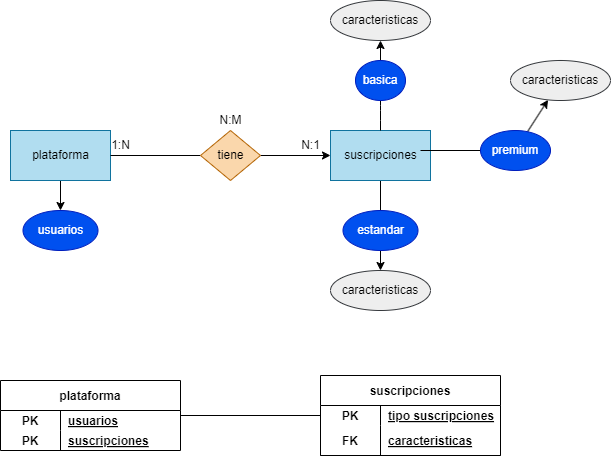
The draw.io diagram BAE/Tareas/Unidad2/Images/Ejercicio20.drawio.png in ResetMeNow/DAW, before a commit. Source tidied: cells renumbered, new cells last; positions are measured from the earlier drawing's top-left corner, leaving out a move shared by most shapes. Source of this version:
```xml
<mxGraphModel>
  <root>
    <mxCell id="0" />
    <mxCell id="1" parent="0" />
    <mxCell id="2" style="edgeStyle=none;html=1;endArrow=none;endFill=0;" parent="1" edge="1" source="3" target="29">
      <mxGeometry relative="1" as="geometry" />
    </mxCell>
    <mxCell id="3" value="suscripciones" style="shape=table;startSize=30;rowLines=0;fontStyle=1;align=center;" parent="1" vertex="1">
      <mxGeometry x="320" y="375" width="180" height="80" as="geometry" />
    </mxCell>
    <mxCell id="4" style="shape=tableRow;horizontal=0;startSize=0;swimlaneHead=0;swimlaneBody=0;fillColor=none;top=0;left=0;right=0;bottom=0;" parent="3" vertex="1">
      <mxGeometry y="30" width="180" height="20" as="geometry" />
    </mxCell>
    <mxCell id="5" value="PK" style="shape=partialRectangle;fillColor=none;top=0;left=0;bottom=0;right=0;fontStyle=1;overflow=hidden;" parent="4" vertex="1">
      <mxGeometry width="60" height="20" as="geometry" />
    </mxCell>
    <mxCell id="6" value="tipo suscripciones" style="shape=partialRectangle;fillColor=none;top=0;left=0;bottom=0;right=0;align=left;spacingLeft=6;fontStyle=5;overflow=hidden;" parent="4" vertex="1">
      <mxGeometry x="60" width="120" height="20" as="geometry" />
    </mxCell>
    <mxCell id="7" style="shape=tableRow;horizontal=0;startSize=0;swimlaneHead=0;swimlaneBody=0;fillColor=none;top=0;left=0;right=0;bottom=1;" parent="3" vertex="1">
      <mxGeometry y="50" width="180" height="30" as="geometry" />
    </mxCell>
    <mxCell id="8" value="FK" style="shape=partialRectangle;fillColor=none;top=0;left=0;bottom=0;right=0;fontStyle=1;overflow=hidden;" parent="7" vertex="1">
      <mxGeometry width="60" height="30" as="geometry" />
    </mxCell>
    <mxCell id="9" value="caracteristicas" style="shape=partialRectangle;fillColor=none;top=0;left=0;bottom=0;right=0;align=left;spacingLeft=6;fontStyle=5;overflow=hidden;" parent="7" vertex="1">
      <mxGeometry x="60" width="120" height="30" as="geometry" />
    </mxCell>
    <mxCell id="10" style="edgeStyle=none;html=1;" parent="1" edge="1" source="11" target="38">
      <mxGeometry relative="1" as="geometry" />
    </mxCell>
    <mxCell id="11" value="plataforma" style="html=1;dashed=0;whitespace=wrap;fillColor=#b1ddf0;strokeColor=#10739e;" parent="1" vertex="1">
      <mxGeometry x="10" y="130" width="100" height="50" as="geometry" />
    </mxCell>
    <mxCell id="12" style="edgeStyle=none;html=1;endArrow=none;endFill=0;" parent="1" edge="1" source="13" target="27">
      <mxGeometry relative="1" as="geometry" />
    </mxCell>
    <mxCell id="13" value="suscripciones" style="html=1;dashed=0;whitespace=wrap;fillColor=#b1ddf0;strokeColor=#10739e;" parent="1" vertex="1">
      <mxGeometry x="330" y="130" width="100" height="50" as="geometry" />
    </mxCell>
    <mxCell id="14" style="edgeStyle=none;html=1;entryX=0;entryY=0.5;entryDx=0;entryDy=0;endArrow=classic;endFill=1;" parent="1" edge="1" source="16" target="13">
      <mxGeometry relative="1" as="geometry" />
    </mxCell>
    <mxCell id="15" style="edgeStyle=none;html=1;entryX=1;entryY=0.5;entryDx=0;entryDy=0;endArrow=none;endFill=0;" parent="1" edge="1" source="16" target="11">
      <mxGeometry relative="1" as="geometry" />
    </mxCell>
    <mxCell id="16" value="tiene" style="shape=rhombus;html=1;dashed=0;whitespace=wrap;perimeter=rhombusPerimeter;fillColor=#fad7ac;strokeColor=#b46504;" parent="1" vertex="1">
      <mxGeometry x="200" y="130" width="60" height="50" as="geometry" />
    </mxCell>
    <mxCell id="17" value="1:N" style="text;html=1;align=center;verticalAlign=middle;strokeColor=none;fillColor=none;" parent="1" vertex="1">
      <mxGeometry x="100" y="130" width="40" height="30" as="geometry" />
    </mxCell>
    <mxCell id="18" value="N:1" style="text;html=1;align=center;verticalAlign=middle;strokeColor=none;fillColor=none;" parent="1" vertex="1">
      <mxGeometry x="290" y="130" width="40" height="30" as="geometry" />
    </mxCell>
    <mxCell id="19" value="N:M" style="text;html=1;align=center;verticalAlign=middle;strokeColor=none;fillColor=none;" parent="1" vertex="1">
      <mxGeometry x="205" y="105" width="50" height="30" as="geometry" />
    </mxCell>
    <mxCell id="20" style="edgeStyle=none;html=1;entryX=0.9;entryY=0.4;entryDx=0;entryDy=0;entryPerimeter=0;endArrow=none;endFill=0;" parent="1" edge="1" source="22" target="13">
      <mxGeometry relative="1" as="geometry" />
    </mxCell>
    <mxCell id="21" style="edgeStyle=none;html=1;" parent="1" edge="1" source="22" target="36">
      <mxGeometry relative="1" as="geometry" />
    </mxCell>
    <mxCell id="22" value="premium" style="ellipse;whiteSpace=wrap;html=1;align=center;fillColor=#0050ef;strokeColor=#001DBC;fontColor=#ffffff;" parent="1" vertex="1">
      <mxGeometry x="480" y="130" width="70" height="40" as="geometry" />
    </mxCell>
    <mxCell id="23" style="edgeStyle=none;html=1;entryX=0.5;entryY=0;entryDx=0;entryDy=0;endArrow=none;endFill=0;" parent="1" edge="1" source="25" target="13">
      <mxGeometry relative="1" as="geometry">
        <Array as="points">
          <mxPoint x="380" y="110" />
        </Array>
      </mxGeometry>
    </mxCell>
    <mxCell id="24" style="edgeStyle=none;html=1;" parent="1" edge="1" source="25" target="37">
      <mxGeometry relative="1" as="geometry" />
    </mxCell>
    <mxCell id="25" value="basica" style="ellipse;whiteSpace=wrap;html=1;align=center;fillColor=#0050ef;strokeColor=#001DBC;fontColor=#ffffff;" parent="1" vertex="1">
      <mxGeometry x="355" y="60" width="50" height="40" as="geometry" />
    </mxCell>
    <mxCell id="26" style="edgeStyle=none;html=1;endArrow=classic;endFill=1;" parent="1" edge="1" source="27" target="28">
      <mxGeometry relative="1" as="geometry" />
    </mxCell>
    <mxCell id="27" value="estandar" style="ellipse;whiteSpace=wrap;html=1;align=center;fillColor=#0050ef;strokeColor=#001DBC;fontColor=#ffffff;" parent="1" vertex="1">
      <mxGeometry x="342.5" y="210" width="75" height="40" as="geometry" />
    </mxCell>
    <mxCell id="28" value="caracteristicas" style="ellipse;whiteSpace=wrap;html=1;align=center;fillColor=#eeeeee;strokeColor=#36393d;" parent="1" vertex="1">
      <mxGeometry x="330" y="270" width="100" height="40" as="geometry" />
    </mxCell>
    <mxCell id="29" value="plataforma" style="shape=table;startSize=30;rowLines=0;fontStyle=1;align=center;" parent="1" vertex="1">
      <mxGeometry y="380" width="180" height="70" as="geometry" />
    </mxCell>
    <mxCell id="30" style="shape=tableRow;horizontal=0;startSize=0;swimlaneHead=0;swimlaneBody=0;fillColor=none;top=0;left=0;right=0;bottom=0;" parent="29" vertex="1">
      <mxGeometry y="30" width="180" height="20" as="geometry" />
    </mxCell>
    <mxCell id="31" value="PK" style="shape=partialRectangle;fillColor=none;top=0;left=0;bottom=0;right=0;fontStyle=1;overflow=hidden;" parent="30" vertex="1">
      <mxGeometry width="60" height="20" as="geometry" />
    </mxCell>
    <mxCell id="32" value="usuarios" style="shape=partialRectangle;fillColor=none;top=0;left=0;bottom=0;right=0;align=left;spacingLeft=6;fontStyle=5;overflow=hidden;" parent="30" vertex="1">
      <mxGeometry x="60" width="120" height="20" as="geometry" />
    </mxCell>
    <mxCell id="33" style="shape=tableRow;horizontal=0;startSize=0;swimlaneHead=0;swimlaneBody=0;fillColor=none;top=0;left=0;right=0;bottom=0;" parent="29" vertex="1">
      <mxGeometry y="50" width="180" height="20" as="geometry" />
    </mxCell>
    <mxCell id="34" value="PK" style="shape=partialRectangle;fillColor=none;top=0;left=0;bottom=0;right=0;fontStyle=1;overflow=hidden;" parent="33" vertex="1">
      <mxGeometry width="60" height="20" as="geometry" />
    </mxCell>
    <mxCell id="35" value="suscripciones" style="shape=partialRectangle;fillColor=none;top=0;left=0;bottom=0;right=0;align=left;spacingLeft=6;fontStyle=5;overflow=hidden;" parent="33" vertex="1">
      <mxGeometry x="60" width="120" height="20" as="geometry" />
    </mxCell>
    <mxCell id="36" value="caracteristicas" style="ellipse;whiteSpace=wrap;html=1;align=center;fillColor=#eeeeee;strokeColor=#36393d;" parent="1" vertex="1">
      <mxGeometry x="510" y="60" width="100" height="40" as="geometry" />
    </mxCell>
    <mxCell id="37" value="caracteristicas" style="ellipse;whiteSpace=wrap;html=1;align=center;fillColor=#eeeeee;strokeColor=#36393d;" parent="1" vertex="1">
      <mxGeometry x="330" width="100" height="40" as="geometry" />
    </mxCell>
    <mxCell id="38" value="usuarios" style="ellipse;whiteSpace=wrap;html=1;align=center;fillColor=#0050ef;strokeColor=#001DBC;fontColor=#ffffff;" parent="1" vertex="1">
      <mxGeometry x="22.5" y="210" width="75" height="40" as="geometry" />
    </mxCell>
  </root>
</mxGraphModel>
```
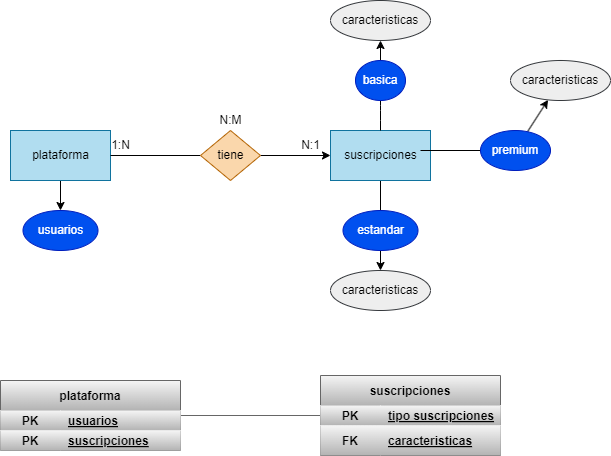
The same diagram one commit later.

What changed in the source:
```diff
@@ -2,28 +2,28 @@
   <root>
     <mxCell id="0" />
     <mxCell id="1" parent="0" />
-    <mxCell id="2" style="edgeStyle=none;html=1;endArrow=none;endFill=0;" parent="1" edge="1" source="3" target="29">
+    <mxCell id="2" style="edgeStyle=none;html=1;endArrow=none;endFill=0;fillColor=#f5f5f5;gradientColor=#b3b3b3;strokeColor=#666666;" parent="1" edge="1" source="3" target="29">
       <mxGeometry relative="1" as="geometry" />
     </mxCell>
-    <mxCell id="3" value="suscripciones" style="shape=table;startSize=30;rowLines=0;fontStyle=1;align=center;" parent="1" vertex="1">
+    <mxCell id="3" value="suscripciones" style="shape=table;startSize=30;rowLines=0;fontStyle=1;align=center;fillColor=#f5f5f5;gradientColor=#b3b3b3;strokeColor=#666666;" parent="1" vertex="1">
       <mxGeometry x="320" y="375" width="180" height="80" as="geometry" />
     </mxCell>
-    <mxCell id="4" style="shape=tableRow;horizontal=0;startSize=0;swimlaneHead=0;swimlaneBody=0;fillColor=none;top=0;left=0;right=0;bottom=0;" parent="3" vertex="1">
+    <mxCell id="4" style="shape=tableRow;horizontal=0;startSize=0;swimlaneHead=0;swimlaneBody=0;fillColor=#f5f5f5;top=0;left=0;right=0;bottom=0;gradientColor=#b3b3b3;strokeColor=#666666;" parent="3" vertex="1">
       <mxGeometry y="30" width="180" height="20" as="geometry" />
     </mxCell>
-    <mxCell id="5" value="PK" style="shape=partialRectangle;fillColor=none;top=0;left=0;bottom=0;right=0;fontStyle=1;overflow=hidden;" parent="4" vertex="1">
+    <mxCell id="5" value="PK" style="shape=partialRectangle;fillColor=#f5f5f5;top=0;left=0;bottom=0;right=0;fontStyle=1;overflow=hidden;gradientColor=#b3b3b3;strokeColor=#666666;" parent="4" vertex="1">
       <mxGeometry width="60" height="20" as="geometry" />
     </mxCell>
-    <mxCell id="6" value="tipo suscripciones" style="shape=partialRectangle;fillColor=none;top=0;left=0;bottom=0;right=0;align=left;spacingLeft=6;fontStyle=5;overflow=hidden;" parent="4" vertex="1">
+    <mxCell id="6" value="tipo suscripciones" style="shape=partialRectangle;fillColor=#f5f5f5;top=0;left=0;bottom=0;right=0;align=left;spacingLeft=6;fontStyle=5;overflow=hidden;gradientColor=#b3b3b3;strokeColor=#666666;" parent="4" vertex="1">
       <mxGeometry x="60" width="120" height="20" as="geometry" />
     </mxCell>
-    <mxCell id="7" style="shape=tableRow;horizontal=0;startSize=0;swimlaneHead=0;swimlaneBody=0;fillColor=none;top=0;left=0;right=0;bottom=1;" parent="3" vertex="1">
+    <mxCell id="7" style="shape=tableRow;horizontal=0;startSize=0;swimlaneHead=0;swimlaneBody=0;fillColor=#f5f5f5;top=0;left=0;right=0;bottom=1;gradientColor=#b3b3b3;strokeColor=#666666;" parent="3" vertex="1">
       <mxGeometry y="50" width="180" height="30" as="geometry" />
     </mxCell>
-    <mxCell id="8" value="FK" style="shape=partialRectangle;fillColor=none;top=0;left=0;bottom=0;right=0;fontStyle=1;overflow=hidden;" parent="7" vertex="1">
+    <mxCell id="8" value="FK" style="shape=partialRectangle;fillColor=#f5f5f5;top=0;left=0;bottom=0;right=0;fontStyle=1;overflow=hidden;gradientColor=#b3b3b3;strokeColor=#666666;" parent="7" vertex="1">
       <mxGeometry width="60" height="30" as="geometry" />
     </mxCell>
-    <mxCell id="9" value="caracteristicas" style="shape=partialRectangle;fillColor=none;top=0;left=0;bottom=0;right=0;align=left;spacingLeft=6;fontStyle=5;overflow=hidden;" parent="7" vertex="1">
+    <mxCell id="9" value="caracteristicas" style="shape=partialRectangle;fillColor=#f5f5f5;top=0;left=0;bottom=0;right=0;align=left;spacingLeft=6;fontStyle=5;overflow=hidden;gradientColor=#b3b3b3;strokeColor=#666666;" parent="7" vertex="1">
       <mxGeometry x="60" width="120" height="30" as="geometry" />
     </mxCell>
     <mxCell id="10" style="edgeStyle=none;html=1;" parent="1" edge="1" source="11" target="38">
@@ -87,25 +87,25 @@
     <mxCell id="28" value="caracteristicas" style="ellipse;whiteSpace=wrap;html=1;align=center;fillColor=#eeeeee;strokeColor=#36393d;" parent="1" vertex="1">
       <mxGeometry x="330" y="270" width="100" height="40" as="geometry" />
     </mxCell>
-    <mxCell id="29" value="plataforma" style="shape=table;startSize=30;rowLines=0;fontStyle=1;align=center;" parent="1" vertex="1">
+    <mxCell id="29" value="plataforma" style="shape=table;startSize=30;rowLines=0;fontStyle=1;align=center;fillColor=#f5f5f5;gradientColor=#b3b3b3;strokeColor=#666666;" parent="1" vertex="1">
       <mxGeometry y="380" width="180" height="70" as="geometry" />
     </mxCell>
-    <mxCell id="30" style="shape=tableRow;horizontal=0;startSize=0;swimlaneHead=0;swimlaneBody=0;fillColor=none;top=0;left=0;right=0;bottom=0;" parent="29" vertex="1">
+    <mxCell id="30" style="shape=tableRow;horizontal=0;startSize=0;swimlaneHead=0;swimlaneBody=0;fillColor=#f5f5f5;top=0;left=0;right=0;bottom=0;gradientColor=#b3b3b3;strokeColor=#666666;" parent="29" vertex="1">
       <mxGeometry y="30" width="180" height="20" as="geometry" />
     </mxCell>
-    <mxCell id="31" value="PK" style="shape=partialRectangle;fillColor=none;top=0;left=0;bottom=0;right=0;fontStyle=1;overflow=hidden;" parent="30" vertex="1">
+    <mxCell id="31" value="PK" style="shape=partialRectangle;fillColor=#f5f5f5;top=0;left=0;bottom=0;right=0;fontStyle=1;overflow=hidden;gradientColor=#b3b3b3;strokeColor=#666666;" parent="30" vertex="1">
       <mxGeometry width="60" height="20" as="geometry" />
     </mxCell>
-    <mxCell id="32" value="usuarios" style="shape=partialRectangle;fillColor=none;top=0;left=0;bottom=0;right=0;align=left;spacingLeft=6;fontStyle=5;overflow=hidden;" parent="30" vertex="1">
+    <mxCell id="32" value="usuarios" style="shape=partialRectangle;fillColor=#f5f5f5;top=0;left=0;bottom=0;right=0;align=left;spacingLeft=6;fontStyle=5;overflow=hidden;gradientColor=#b3b3b3;strokeColor=#666666;" parent="30" vertex="1">
       <mxGeometry x="60" width="120" height="20" as="geometry" />
     </mxCell>
-    <mxCell id="33" style="shape=tableRow;horizontal=0;startSize=0;swimlaneHead=0;swimlaneBody=0;fillColor=none;top=0;left=0;right=0;bottom=0;" parent="29" vertex="1">
+    <mxCell id="33" style="shape=tableRow;horizontal=0;startSize=0;swimlaneHead=0;swimlaneBody=0;fillColor=#f5f5f5;top=0;left=0;right=0;bottom=0;gradientColor=#b3b3b3;strokeColor=#666666;" parent="29" vertex="1">
       <mxGeometry y="50" width="180" height="20" as="geometry" />
     </mxCell>
-    <mxCell id="34" value="PK" style="shape=partialRectangle;fillColor=none;top=0;left=0;bottom=0;right=0;fontStyle=1;overflow=hidden;" parent="33" vertex="1">
+    <mxCell id="34" value="PK" style="shape=partialRectangle;fillColor=#f5f5f5;top=0;left=0;bottom=0;right=0;fontStyle=1;overflow=hidden;gradientColor=#b3b3b3;strokeColor=#666666;" parent="33" vertex="1">
       <mxGeometry width="60" height="20" as="geometry" />
     </mxCell>
-    <mxCell id="35" value="suscripciones" style="shape=partialRectangle;fillColor=none;top=0;left=0;bottom=0;right=0;align=left;spacingLeft=6;fontStyle=5;overflow=hidden;" parent="33" vertex="1">
+    <mxCell id="35" value="suscripciones" style="shape=partialRectangle;fillColor=#f5f5f5;top=0;left=0;bottom=0;right=0;align=left;spacingLeft=6;fontStyle=5;overflow=hidden;gradientColor=#b3b3b3;strokeColor=#666666;" parent="33" vertex="1">
       <mxGeometry x="60" width="120" height="20" as="geometry" />
     </mxCell>
     <mxCell id="36" value="caracteristicas" style="ellipse;whiteSpace=wrap;html=1;align=center;fillColor=#eeeeee;strokeColor=#36393d;" parent="1" vertex="1">
```
